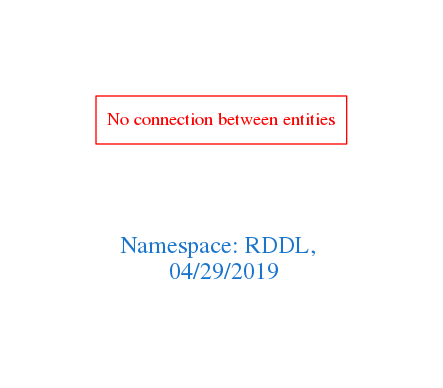
Before: downloads/RDDL.png, a diagram exported from Graphviz (arago/OGIT). Its source is kept beside it as downloads/RDDL.dot.
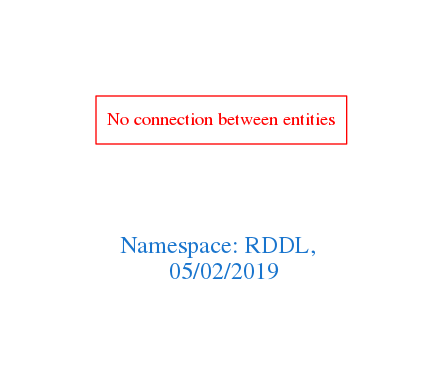
Above is the later version.

Change to the diagram source:
```diff
@@ -1,7 +1,7 @@
 digraph OGIT_ontology {
  graph [ rankdir= LR,pad=1
 fontsize = 18,
-fontcolor= dodgerblue3,label = "\n\n\nNamespace: RDDL, \n 04/29/2019"];
+fontcolor= dodgerblue3,label = "\n\n\nNamespace: RDDL, \n 05/02/2019"];
 node[shape=polygon];
 edge [  color="gray81"];
 
```
